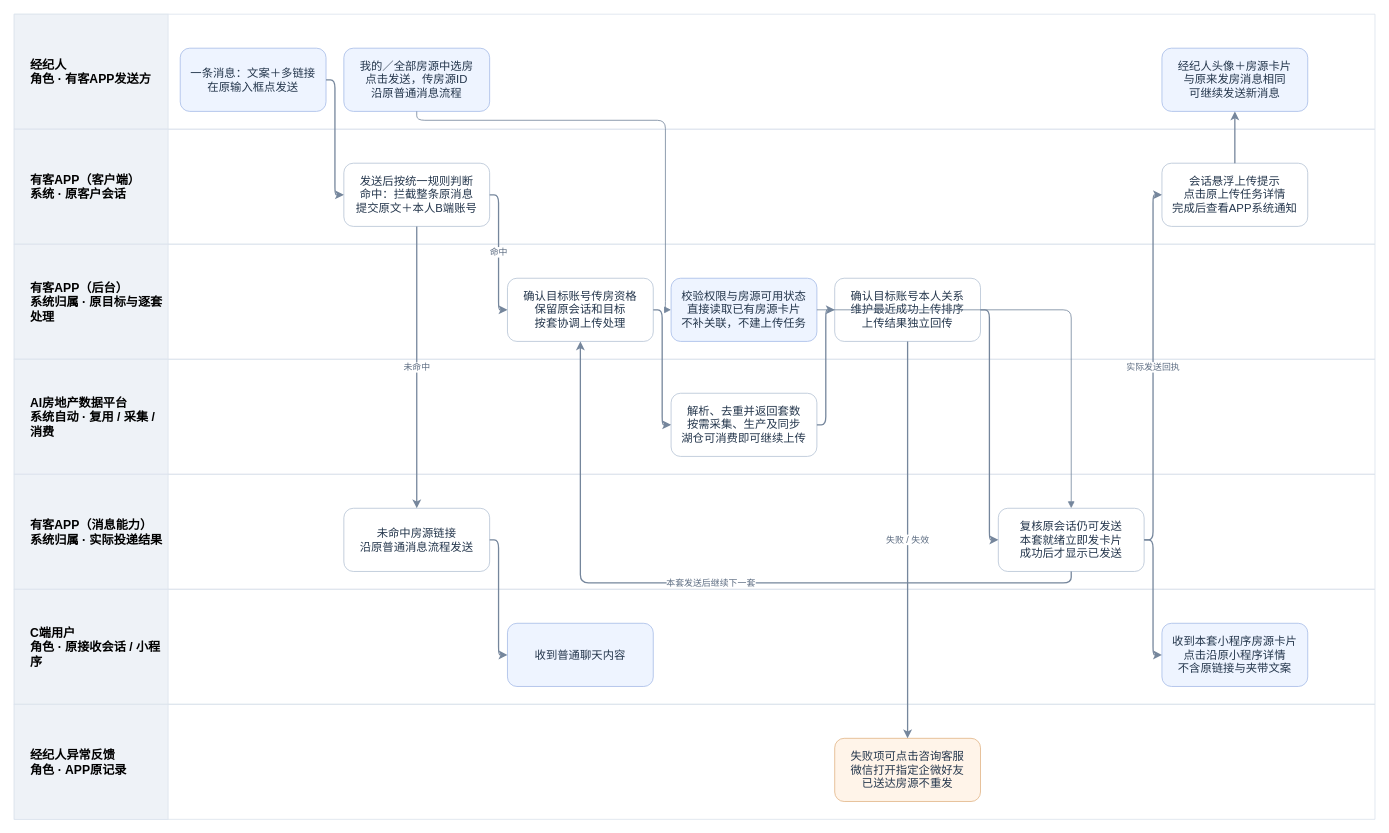
Above: page "APP客户会话｜角色与系统泳道" (2 of 3) of B端发房共用资源/V3.0-B端房源上传与管理-角色与系统业务流程.drawio in JZT-AI/ai-real-estate-platform-v3-prototype (draw.io), before the change. Source tidied: cells renumbered, new cells numbered last; positions are measured from the earlier drawing's top-left corner, leaving out a move shared by most shapes. Both pictures are drawn from the tidied source at 81%, with x=0, y=0 at pixel (14, 14).
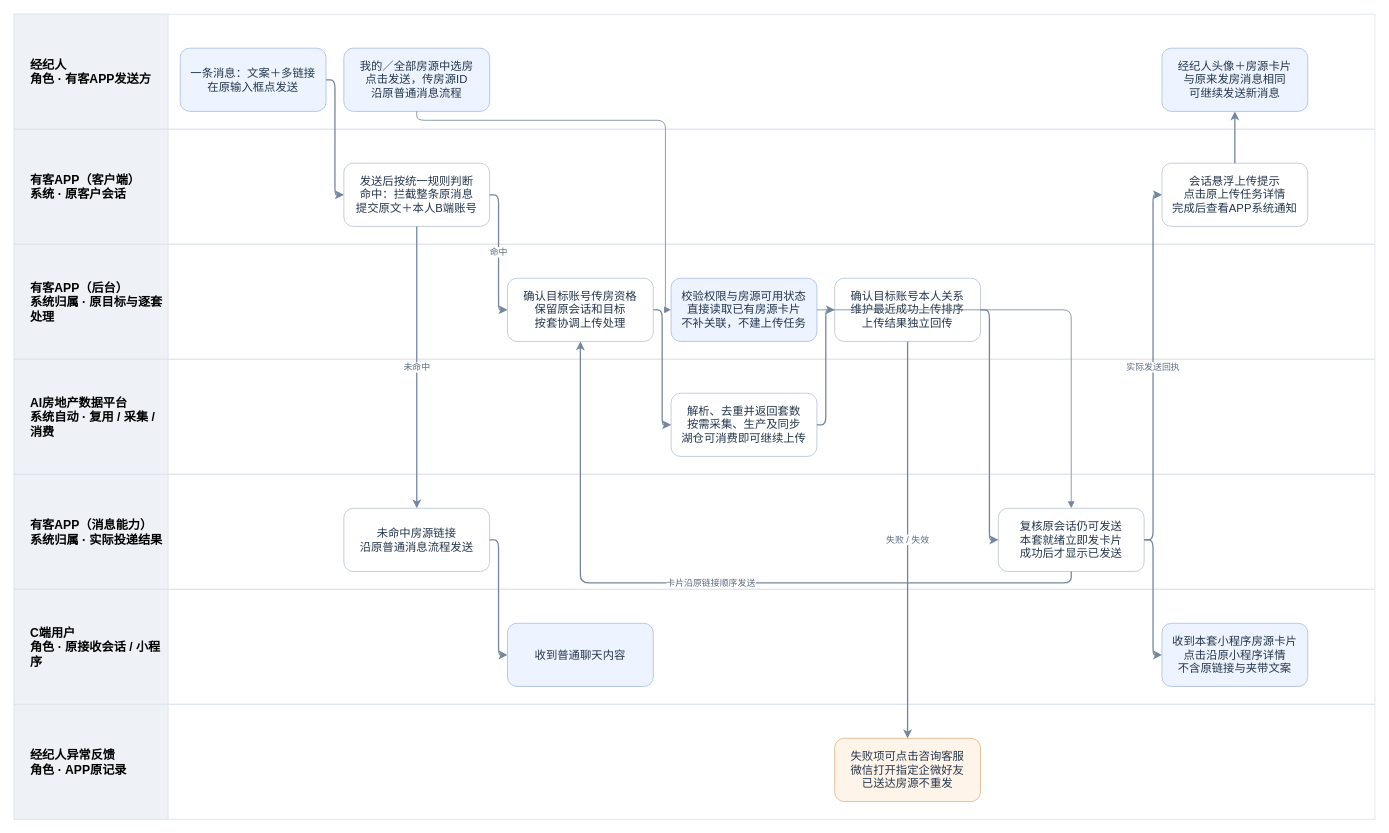
The same diagram, later.

The change refers to these unchanged cells:
```xml
<mxCell id="18" value="确认目标账号传房资格&lt;br&gt;保留原会话和目标&lt;br&gt;按套协调上传处理" style="rounded=1;whiteSpace=wrap;html=1;fillColor=#fff;strokeColor=#b7c4d5;fontColor=#24364c;fontSize=14;spacing=8;" parent="6" vertex="1">
  <mxGeometry x="609" y="42" width="180" height="78" as="geometry" />
</mxCell>
<mxCell id="21" value="复核原会话仍可发送&lt;br&gt;本套就绪立即发卡片&lt;br&gt;成功后才显示已发送" style="rounded=1;whiteSpace=wrap;html=1;fillColor=#fff;strokeColor=#b7c4d5;fontColor=#24364c;fontSize=14;spacing=8;" parent="10" vertex="1">
  <mxGeometry x="1215" y="42" width="180" height="78" as="geometry" />
</mxCell>
```

What changed in the source:
```diff
@@
-    <mxCell id="39" value="本套发送后继续下一套" style="edgeStyle=orthogonalEdgeStyle;rounded=1;html=1;strokeColor=#75869c;strokeWidth=1.6;fontSize=11;fontColor=#5b6b80;labelBackgroundColor=#ffffff;exitX=0.5;exitY=1;entryX=0.5;entryY=1;" parent="1" edge="1" source="21" target="18">
+    <mxCell id="39" value="卡片沿原链接顺序发送" style="edgeStyle=orthogonalEdgeStyle;rounded=1;html=1;strokeColor=#75869c;strokeWidth=1.6;fontSize=11;fontColor=#5b6b80;labelBackgroundColor=#ffffff;exitX=0.5;exitY=1;entryX=0.5;entryY=1;" parent="1" edge="1" source="21" target="18">
       <mxGeometry relative="1" as="geometry">
         <Array as="points">
           <mxPoint x="1305" y="702" />
           <mxPoint x="699" y="702" />
           <mxPoint x="699" y="422" />
         </Array>
       </mxGeometry>
     </mxCell>
```
